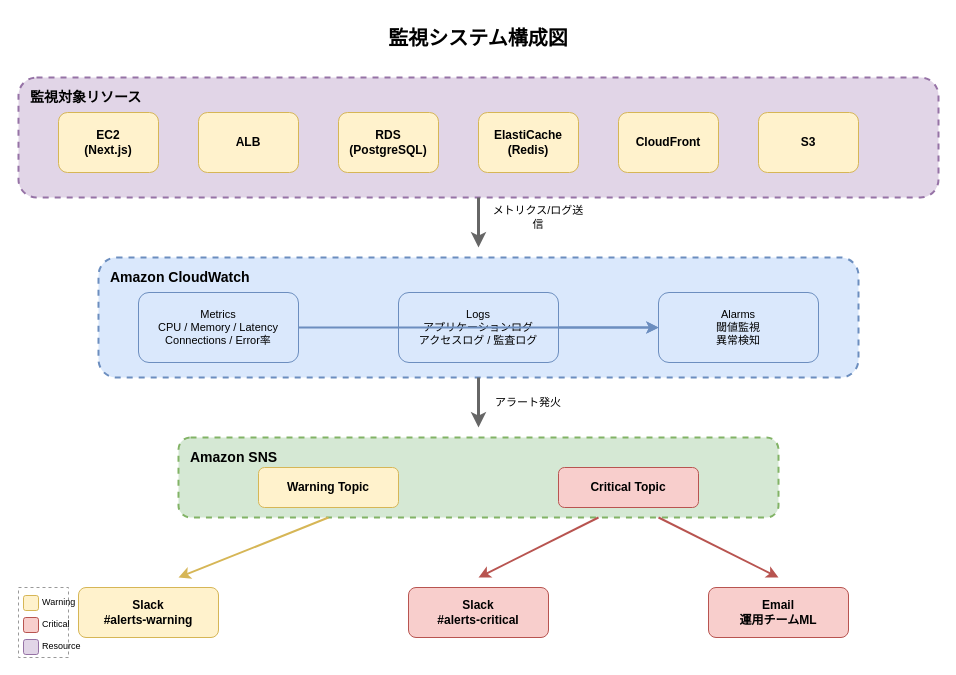
Earlier version of the draw.io diagram docs/images/設計書_15.1_監視システム構成図.drawio (yoshidasendai115/ai-interview). Source tidied: cells renumbered, new cells numbered last; positions are measured from the earlier drawing's top-left corner, leaving out a move shared by most shapes. Both pictures are drawn from the tidied source at 100%, with x=0, y=0 at pixel (18, 17).
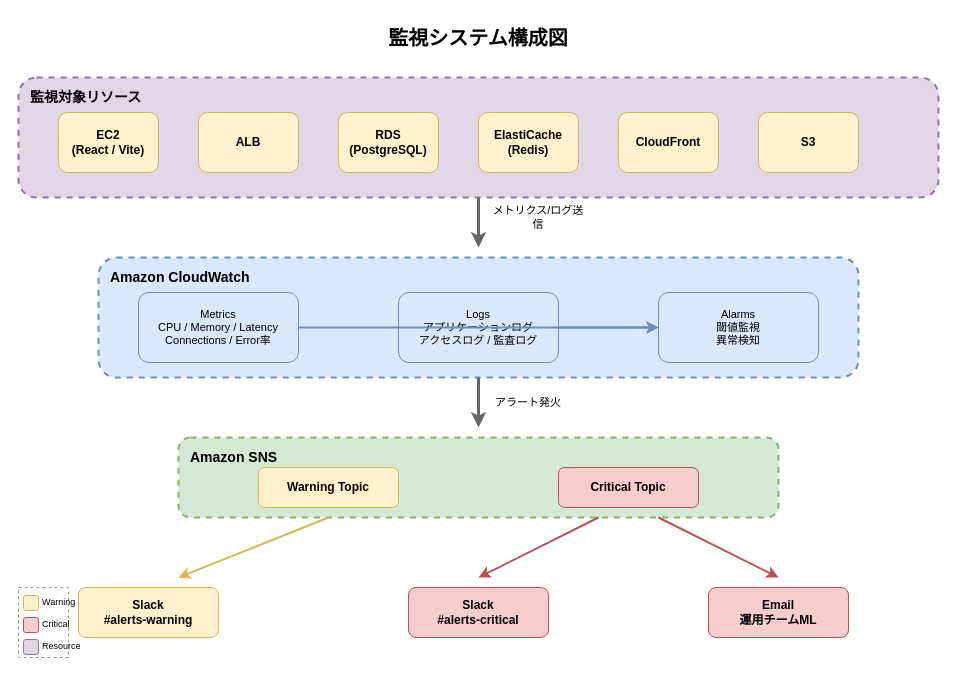
After the change.

Change to the diagram source:
```diff
@@
-    <mxCell id="5" value="EC2&#10;(Next.js)" style="rounded=1;whiteSpace=wrap;html=1;fillColor=#fff2cc;strokeColor=#d6b656;fontSize=12;fontStyle=1;" parent="1" vertex="1">
+    <mxCell id="5" value="EC2&#10;(React / Vite)" style="rounded=1;whiteSpace=wrap;html=1;fillColor=#fff2cc;strokeColor=#d6b656;fontSize=12;fontStyle=1;" parent="1" vertex="1">
       <mxGeometry x="40" y="95" width="100" height="60" as="geometry" />
     </mxCell>
```
